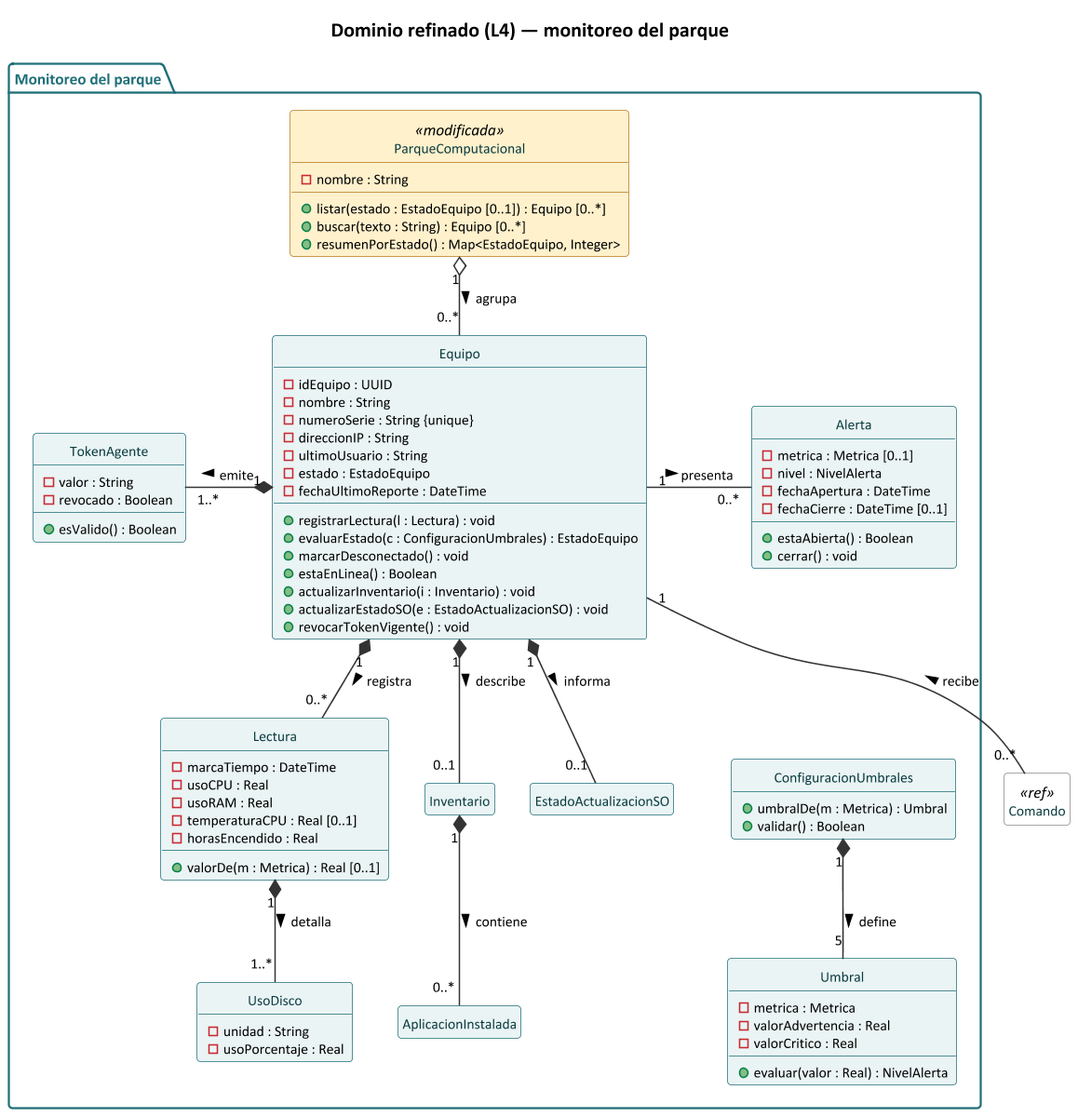
Above: docs/uml/clases_dominio_l4_monitoreo.png in gazpel/SentinelaTI (PlantUML), before the change.
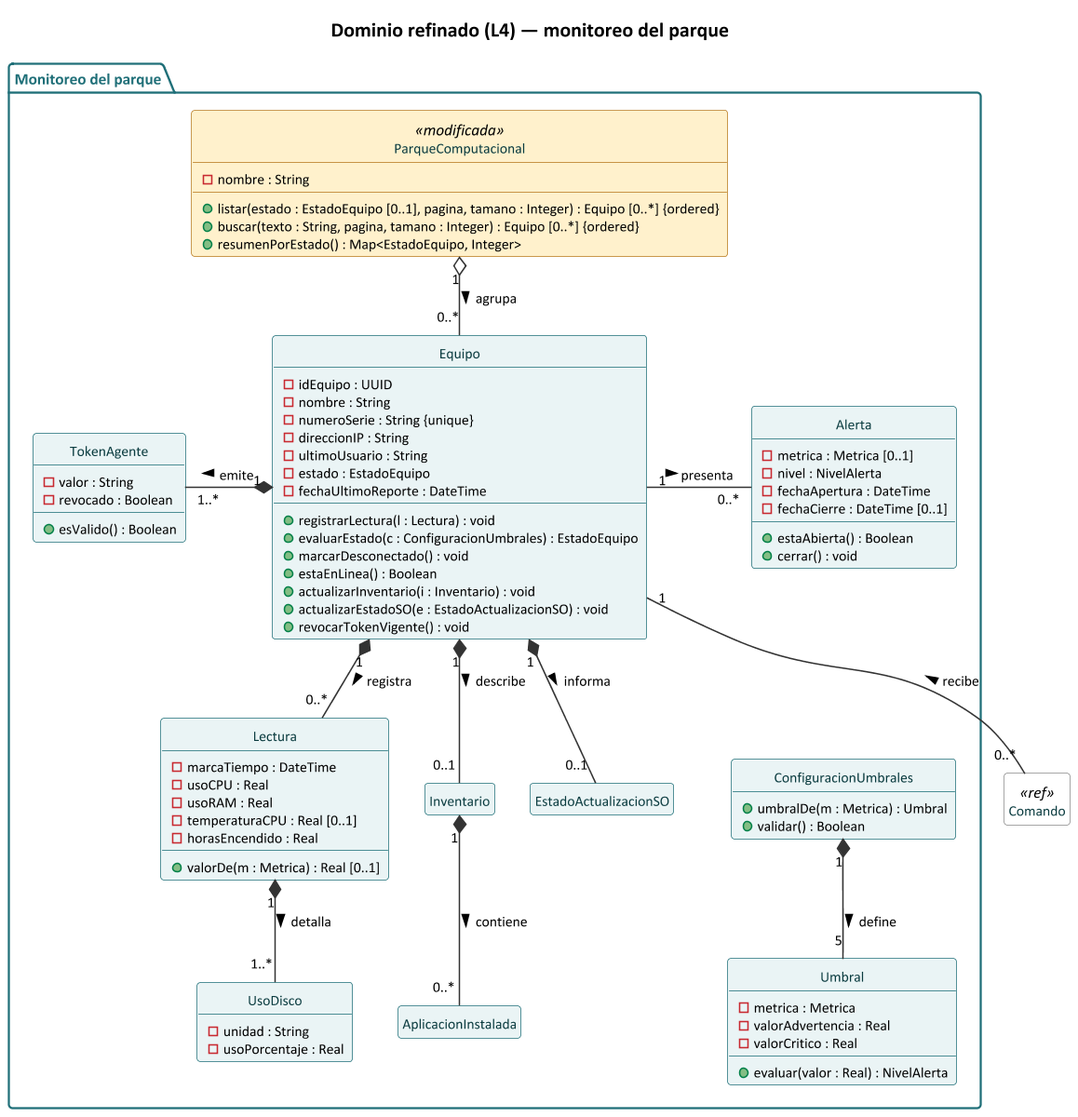
Above is the later version.

What changed in the source:
```diff
@@ -6,8 +6,8 @@
 package "Monitoreo del parque" {
   class ParqueComputacional <<modificada>> {
     - nombre : String
-    + listar(estado : EstadoEquipo [0..1]) : Equipo [0..*]
-    + buscar(texto : String) : Equipo [0..*]
+    + listar(estado : EstadoEquipo [0..1], pagina, tamano : Integer) : Equipo [0..*] {ordered}
+    + buscar(texto : String, pagina, tamano : Integer) : Equipo [0..*] {ordered}
     + resumenPorEstado() : Map<EstadoEquipo, Integer>
   }
   class Equipo {
```
